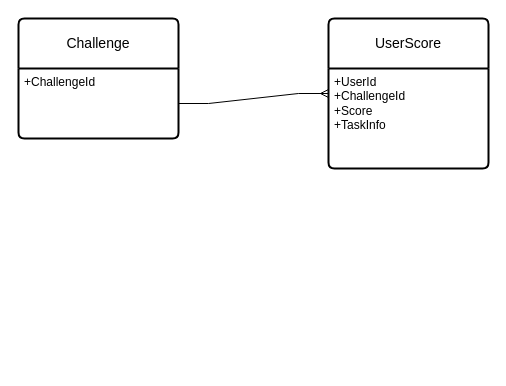
yaohuiwu/SimpleFS keeps this draw.io diagram as page "ER Diagram" (1 of 4) of PVP OOTD.drawio. Above is the earlier version. Source tidied: cells renumbered, new cells numbered last; positions are measured from the earlier drawing's top-left corner, leaving out a move shared by most shapes. Both pictures are drawn from the tidied source at 100%, with x=0, y=0 at pixel (18, 18).
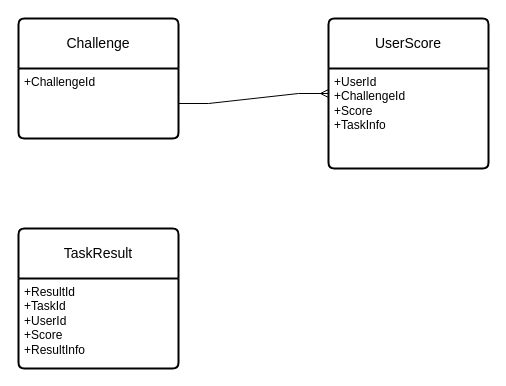
The same diagram, later.

What changed in the source:
```diff
@@
 <mxGraphModel>
   <root>
     <mxCell id="0" />
     <mxCell id="1" parent="0" />
     <mxCell id="2" value="Challenge" style="swimlane;horizontal=1;startSize=50;rounded=1;fontSize=14;fontStyle=0;strokeWidth=2;shadow=0;dashed=0;align=center;arcSize=4;whiteSpace=wrap;html=1;" parent="1" vertex="1">
       <mxGeometry width="160" height="120" as="geometry" />
     </mxCell>
     <mxCell id="3" value="+ChallengeId" style="align=left;strokeColor=none;fillColor=none;spacingLeft=4;fontSize=12;verticalAlign=top;html=1;" parent="2" vertex="1">
       <mxGeometry y="50" width="160" height="70" as="geometry" />
     </mxCell>
     <mxCell id="4" value="UserScore" style="swimlane;horizontal=1;startSize=50;rounded=1;fontSize=14;fontStyle=0;strokeWidth=2;shadow=0;dashed=0;align=center;arcSize=4;whiteSpace=wrap;html=1;" parent="1" vertex="1">
       <mxGeometry x="310" width="160" height="150" as="geometry" />
     </mxCell>
     <mxCell id="5" value="+UserId&lt;br&gt;+ChallengeId&lt;br&gt;+Score&lt;br&gt;+TaskInfo" style="align=left;strokeColor=none;fillColor=none;spacingLeft=4;fontSize=12;verticalAlign=top;html=1;" parent="4" vertex="1">
       <mxGeometry y="50" width="160" height="100" as="geometry" />
     </mxCell>
     <mxCell id="6" style="edgeStyle=entityRelationEdgeStyle;fontSize=12;html=1;endArrow=ERmany;rounded=0;exitX=1;exitY=0.5;exitDx=0;exitDy=0;entryX=0;entryY=0.25;entryDx=0;entryDy=0;" parent="1" edge="1" source="3" target="5">
       <mxGeometry relative="1" as="geometry" />
     </mxCell>
+    <mxCell id="7" value="TaskResult" style="swimlane;horizontal=1;startSize=50;rounded=1;fontSize=14;fontStyle=0;strokeWidth=2;shadow=0;dashed=0;align=center;arcSize=4;whiteSpace=wrap;html=1;" parent="1" vertex="1">
+      <mxGeometry y="210" width="160" height="140" as="geometry" />
+    </mxCell>
+    <mxCell id="8" value="+ResultId&lt;br&gt;+TaskId&lt;br&gt;+UserId&lt;br&gt;+Score&lt;br&gt;+ResultInfo" style="align=left;strokeColor=none;fillColor=none;spacingLeft=4;fontSize=12;verticalAlign=top;html=1;" parent="7" vertex="1">
+      <mxGeometry y="50" width="160" height="90" as="geometry" />
+    </mxCell>
   </root>
 </mxGraphModel>
```
